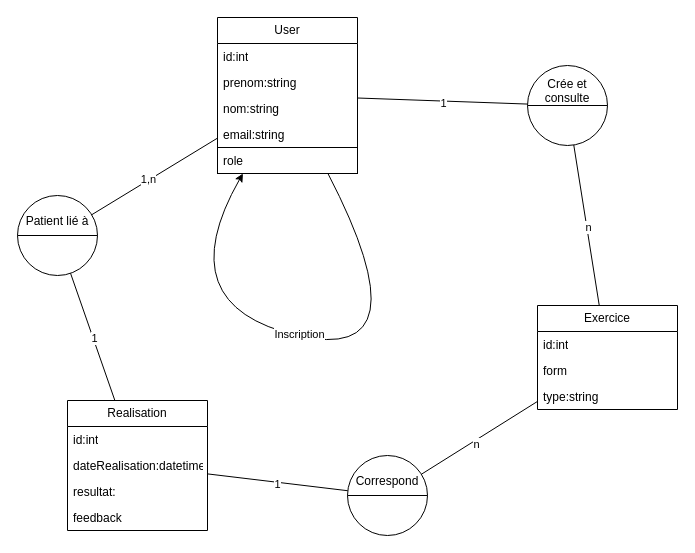
DoroLunatiqua/ProjetSymfonyDV keeps this draw.io diagram as documentation/diagramProjetSymfonyDV.drawio. Above is the earlier version. Source tidied: cells renumbered, new cells numbered last; positions are measured from the earlier drawing's top-left corner, leaving out a move shared by most shapes. Both pictures are drawn from the tidied source at 100%, with x=0, y=0 at pixel (17, 17).
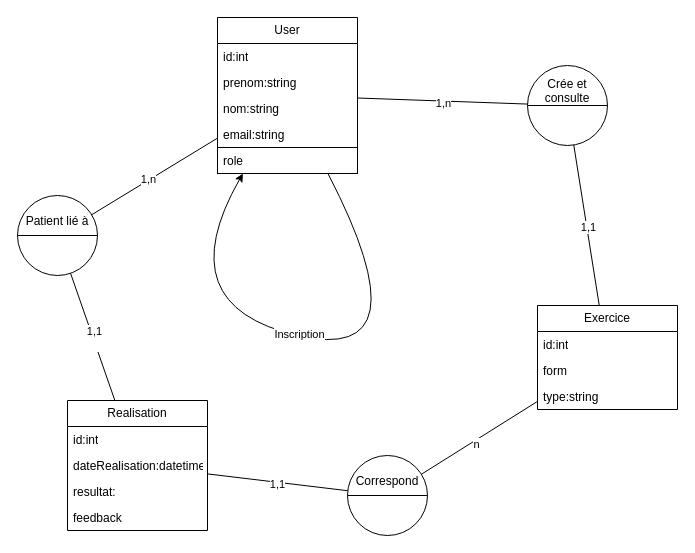
Above is the later version.

The change refers to these unchanged cells:
```xml
<mxCell id="24" style="endArrow=none;html=1;rounded=0;" parent="1" edge="1" source="17" target="12">
  <mxGeometry relative="1" as="geometry" />
</mxCell>
<mxCell id="26" style="endArrow=none;html=1;rounded=0;" parent="1" edge="1" source="2" target="18">
  <mxGeometry relative="1" as="geometry" />
</mxCell>
<mxCell id="28" style="endArrow=none;html=1;rounded=0;" parent="1" edge="1" source="8" target="18">
  <mxGeometry relative="1" as="geometry" />
</mxCell>
<mxCell id="30" style="endArrow=none;html=1;rounded=0;" parent="1" edge="1" source="12" target="19">
  <mxGeometry relative="1" as="geometry" />
</mxCell>
```

Diff of the diagram source:
```diff
@@
-    <mxCell id="25" value="1" style="edgeLabel;html=1;align=center;verticalAlign=middle;" parent="24" vertex="1">
+    <mxCell id="25" value="1,1&lt;div&gt;&lt;br&gt;&lt;/div&gt;" style="edgeLabel;html=1;align=center;verticalAlign=middle;" parent="24" vertex="1">
       <mxGeometry x="0.03" y="1" relative="1" as="geometry" />
     </mxCell>
@@
-    <mxCell id="27" value="1" style="edgeLabel;html=1;align=center;verticalAlign=middle;" parent="26" vertex="1">
+    <mxCell id="27" value="1,n" style="edgeLabel;html=1;align=center;verticalAlign=middle;" parent="26" vertex="1">
       <mxGeometry x="0.01" y="-2" relative="1" as="geometry" />
     </mxCell>
@@
-    <mxCell id="29" value="n" style="edgeLabel;html=1;align=center;verticalAlign=middle;" parent="28" vertex="1">
+    <mxCell id="29" value="1,1" style="edgeLabel;html=1;align=center;verticalAlign=middle;" parent="28" vertex="1">
       <mxGeometry x="-0.03" y="-1" relative="1" as="geometry" />
     </mxCell>
@@
-    <mxCell id="31" value="1" style="edgeLabel;html=1;align=center;verticalAlign=middle;" parent="30" vertex="1">
+    <mxCell id="31" value="1,1" style="edgeLabel;html=1;align=center;verticalAlign=middle;" parent="30" vertex="1">
       <mxGeometry x="-0.01" y="-2" relative="1" as="geometry" />
     </mxCell>
```
